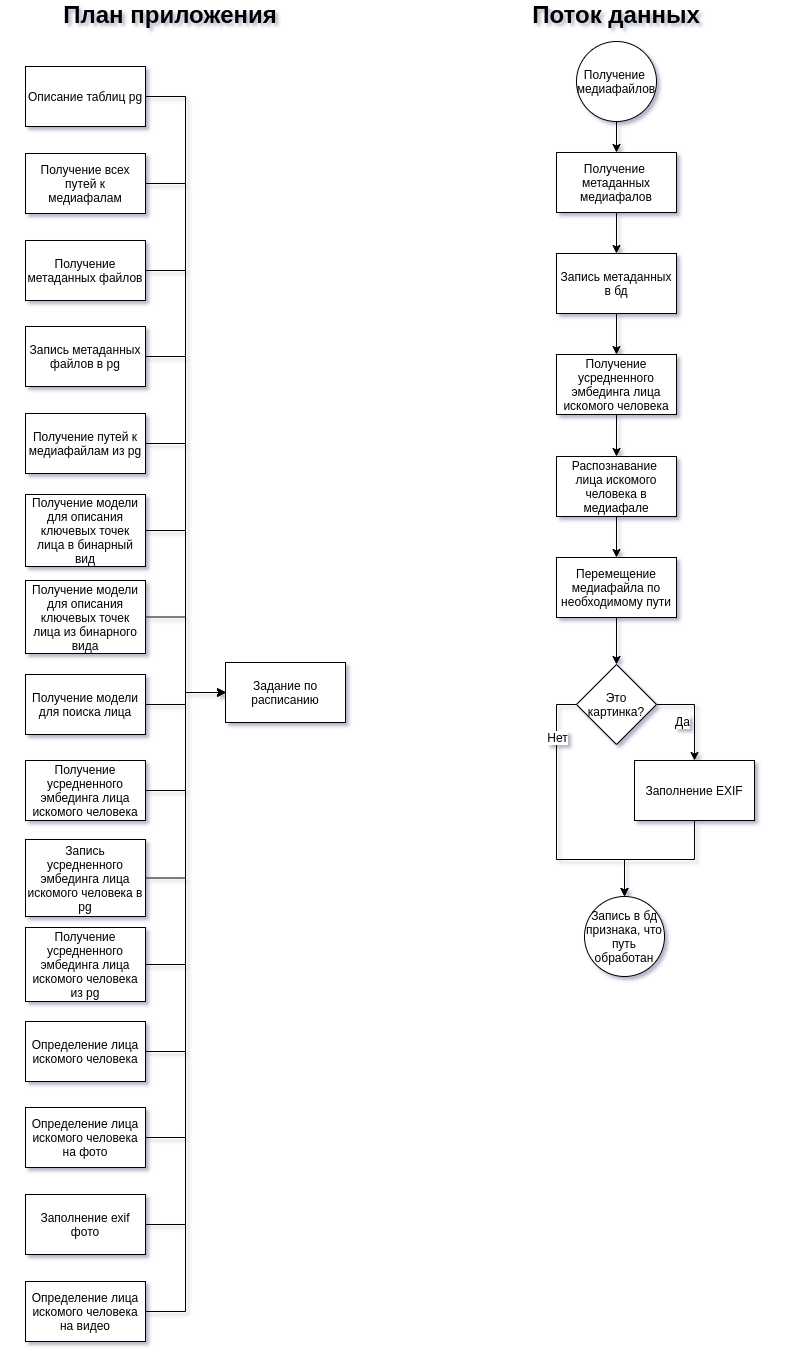
The draw.io diagram notebook/face_detection.png in VolokzhaninVadim/sort_media, before a commit. Source tidied: cells renumbered, new cells last; positions are measured from the earlier drawing's top-left corner, leaving out a move shared by most shapes.
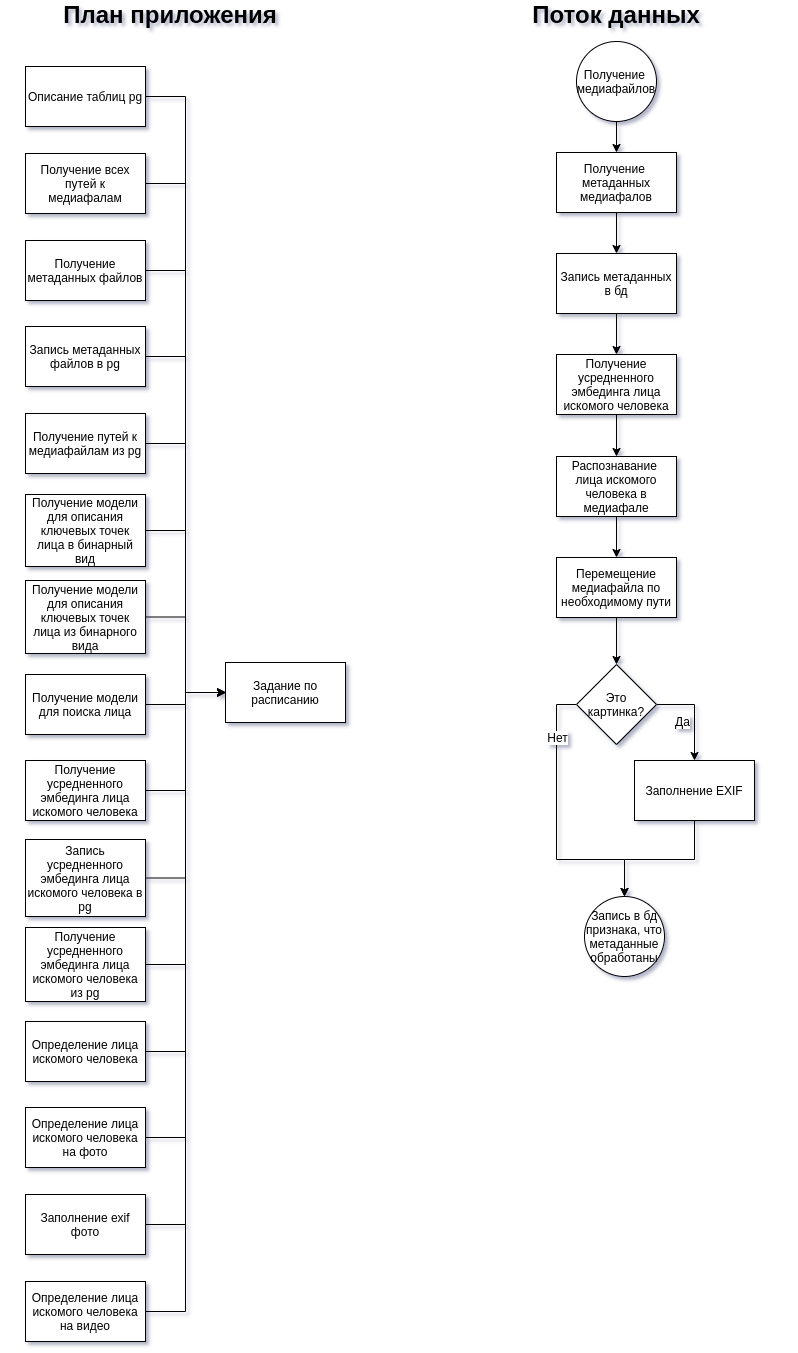
Above is the later version.

Commit message:
метаданные запись

Diff of the diagram source:
```diff
@@ -44,7 +44,7 @@
     <mxCell id="15" value="&lt;div&gt;Перемещение&lt;/div&gt;&lt;div&gt;медиафайла по необходимому пути&lt;br&gt;&lt;/div&gt;" style="rounded=0;whiteSpace=wrap;html=1;" parent="1" vertex="1">
       <mxGeometry x="556" y="553" width="120" height="60" as="geometry" />
     </mxCell>
-    <mxCell id="16" value="Запись в бд признака, что путь обработан" style="ellipse;whiteSpace=wrap;html=1;" parent="1" vertex="1">
+    <mxCell id="16" value="Запись в бд признака, что метаданные обработаны" style="ellipse;whiteSpace=wrap;html=1;" parent="1" vertex="1">
       <mxGeometry x="584" y="892" width="80" height="80" as="geometry" />
     </mxCell>
     <mxCell id="17" value="Задание по расписанию" style="rounded=0;whiteSpace=wrap;html=1;" parent="1" vertex="1">
```
